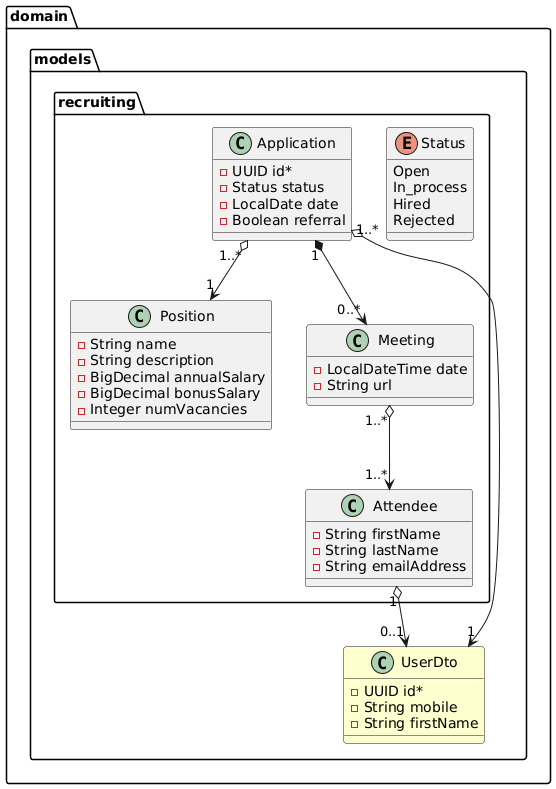
miw-upm/apaw-practice keeps this PlantUML diagram as docs/recruiting.png. Above is the earlier version.
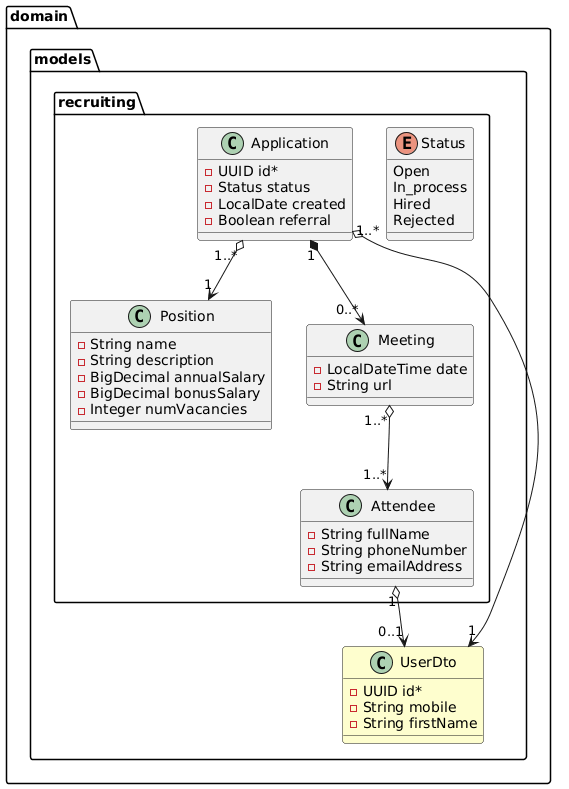
After the commit.

Diff of the diagram source:
```diff
@@ -5,7 +5,7 @@
       class Application {
         -UUID id*
         -Status status
-        -LocalDate date
+        -LocalDate created
         -Boolean referral
       }
       class Position {
@@ -20,8 +20,8 @@
         -String url
       }
       class Attendee {
-        -String firstName
-        -String lastName
+        -String fullName
+        -String phoneNumber
         -String emailAddress
       }
       enum Status {
```
